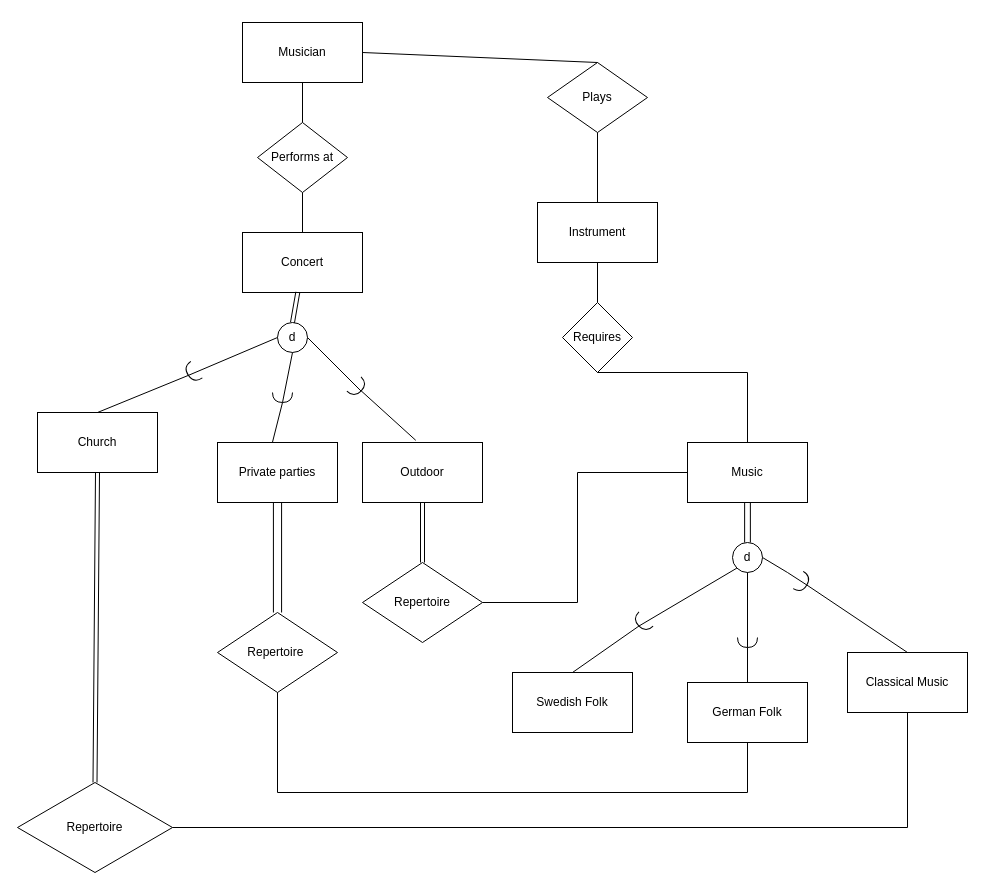
This is Untitled Diagram.drawio from codestrummer29/dbd, a draw.io file, before an edit. Source tidied: cells renumbered, new cells numbered last; positions are measured from the earlier drawing's top-left corner, leaving out a move shared by most shapes. Both pictures are drawn from the tidied source at 100%, with x=0, y=0 at pixel (17, 22).
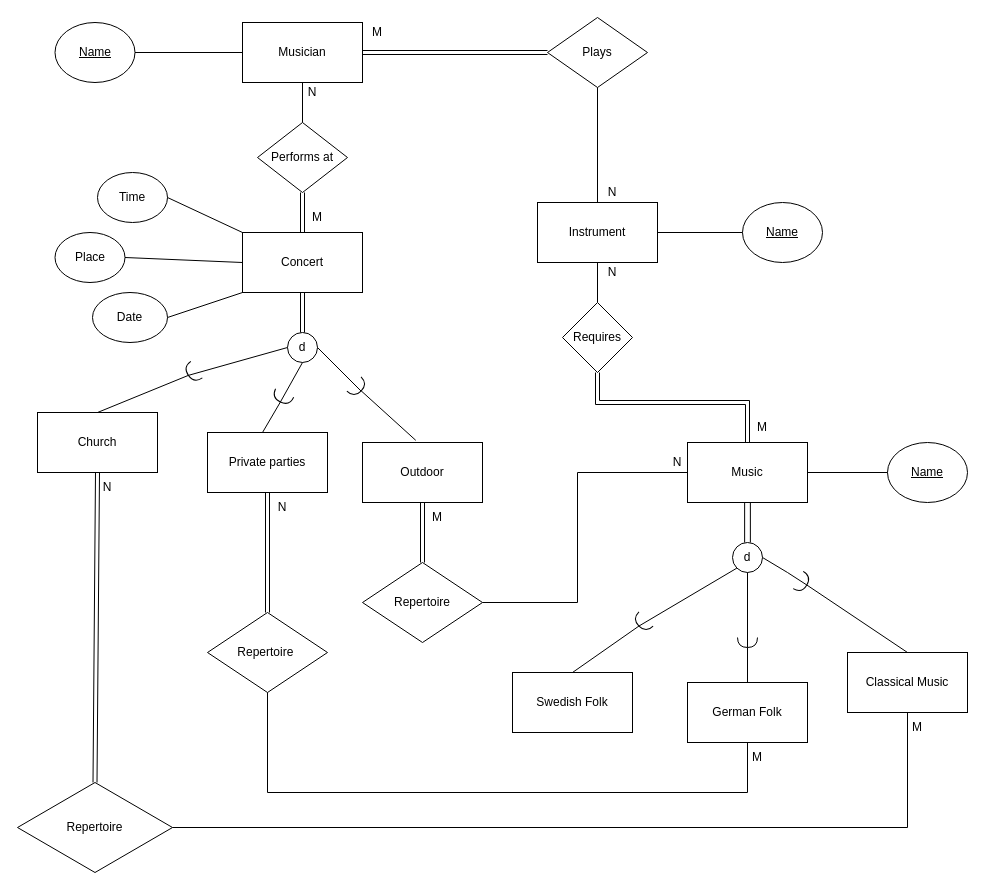
After the change.

Unchanged cells that the change refers to:
```xml
<mxCell id="2" value="Musician" style="rounded=0;whiteSpace=wrap;html=1;" parent="1" vertex="1">
  <mxGeometry x="225" width="120" height="60" as="geometry" />
</mxCell>
<mxCell id="6" value="Concert" style="rounded=0;whiteSpace=wrap;html=1;" parent="1" vertex="1">
  <mxGeometry x="225" y="210" width="120" height="60" as="geometry" />
</mxCell>
<mxCell id="7" value="Performs at" style="rhombus;whiteSpace=wrap;html=1;rotation=0;" parent="1" vertex="1">
  <mxGeometry x="240" y="100" width="90" height="70" as="geometry" />
</mxCell>
<mxCell id="24" value="Instrument" style="rounded=0;whiteSpace=wrap;html=1;" parent="1" vertex="1">
  <mxGeometry x="520" y="180" width="120" height="60" as="geometry" />
</mxCell>
<mxCell id="26" value="Requires" style="rhombus;whiteSpace=wrap;html=1;rotation=0;" parent="1" vertex="1">
  <mxGeometry x="545" y="280" width="70" height="70" as="geometry" />
</mxCell>
<mxCell id="27" value="Music" style="rounded=0;whiteSpace=wrap;html=1;" parent="1" vertex="1">
  <mxGeometry x="670" y="420" width="120" height="60" as="geometry" />
</mxCell>
<mxCell id="38" value="German Folk" style="rounded=0;whiteSpace=wrap;html=1;" parent="1" vertex="1">
  <mxGeometry x="670" y="660" width="120" height="60" as="geometry" />
</mxCell>
```

Diff of the diagram source:
```diff
@@
     <mxCell id="4" value="Private parties" style="rounded=0;whiteSpace=wrap;html=1;" parent="1" vertex="1">
-      <mxGeometry x="200" y="420" width="120" height="60" as="geometry" />
+      <mxGeometry x="190" y="410" width="120" height="60" as="geometry" />
     </mxCell>
@@
-    <mxCell id="9" style="endArrow=none;html=1;rounded=0;strokeColor=default;entryX=0.5;entryY=1;entryDx=0;entryDy=0;exitX=0.5;exitY=0;exitDx=0;exitDy=0;" parent="1" edge="1" source="6" target="7">
-      <mxGeometry relative="1" as="geometry" />
-    </mxCell>
     <mxCell id="10" value="d" style="ellipse;whiteSpace=wrap;html=1;" parent="1" vertex="1">
-      <mxGeometry x="260" y="300" width="30" height="30" as="geometry" />
+      <mxGeometry x="270" y="310" width="30" height="30" as="geometry" />
     </mxCell>
-    <mxCell id="11" style="shape=requiredInterface;html=1;verticalLabelPosition=bottom;sketch=0;direction=south;" parent="1" vertex="1">
+    <mxCell id="11" style="shape=requiredInterface;html=1;verticalLabelPosition=bottom;sketch=0;direction=south;rotation=25;" parent="1" vertex="1">
       <mxGeometry x="255" y="370" width="20" height="10" as="geometry" />
     </mxCell>
@@
-    <mxCell id="20" style="shape=link;html=1;rounded=0;strokeColor=default;entryX=0.5;entryY=0;entryDx=0;entryDy=0;exitX=0.461;exitY=0.994;exitDx=0;exitDy=0;exitPerimeter=0;" parent="1" edge="1" source="6" target="10">
-      <mxGeometry relative="1" as="geometry" />
-    </mxCell>
     <mxCell id="21" value="Plays" style="rhombus;whiteSpace=wrap;html=1;rotation=0;" parent="1" vertex="1">
-      <mxGeometry x="530" y="40" width="100" height="70" as="geometry" />
+      <mxGeometry x="530" y="-5" width="100" height="70" as="geometry" />
     </mxCell>
-    <mxCell id="22" style="endArrow=none;html=1;rounded=0;strokeColor=default;exitX=0.5;exitY=0;exitDx=0;exitDy=0;entryX=1;entryY=0.5;entryDx=0;entryDy=0;" parent="1" edge="1" source="21" target="2">
-      <mxGeometry relative="1" as="geometry" />
-    </mxCell>
@@
-    <mxCell id="28" style="endArrow=none;html=1;rounded=0;strokeColor=default;entryX=0.5;entryY=1;entryDx=0;entryDy=0;exitX=0.5;exitY=0;exitDx=0;exitDy=0;" parent="1" edge="1" source="27" target="26">
-      <mxGeometry relative="1" as="geometry">
-        <Array as="points">
-          <mxPoint x="730" y="350" />
-        </Array>
-      </mxGeometry>
-    </mxCell>
@@
     <mxCell id="44" value="Repertoire&amp;nbsp;" style="shape=rhombus;perimeter=rhombusPerimeter;whiteSpace=wrap;html=1;align=center;" parent="1" vertex="1">
-      <mxGeometry x="200" y="590" width="120" height="80" as="geometry" />
+      <mxGeometry x="190" y="590" width="120" height="80" as="geometry" />
     </mxCell>
@@
     <mxCell id="46" style="endArrow=none;html=1;rounded=0;targetPerimeterSpacing=1;entryX=0.5;entryY=1;entryDx=0;entryDy=0;exitX=0.5;exitY=1;exitDx=0;exitDy=0;" parent="1" edge="1" source="44" target="38">
       <mxGeometry relative="1" as="geometry">
         <Array as="points">
-          <mxPoint x="260" y="770" />
+          <mxPoint x="250" y="770" />
           <mxPoint x="730" y="770" />
         </Array>
       </mxGeometry>
     </mxCell>
-    <mxCell id="47" style="shape=link;html=1;rounded=0;targetPerimeterSpacing=1;exitX=0.5;exitY=1;exitDx=0;exitDy=0;entryX=0.5;entryY=0;entryDx=0;entryDy=0;width=8.18181818181818;" parent="1" edge="1" source="4" target="44">
-      <mxGeometry relative="1" as="geometry" />
-    </mxCell>
@@
+    <mxCell id="52" value="&lt;u&gt;Name&lt;/u&gt;" style="ellipse;whiteSpace=wrap;html=1;" parent="1" vertex="1">
+      <mxGeometry x="37.5" width="80" height="60" as="geometry" />
+    </mxCell>
+    <mxCell id="53" style="endArrow=none;html=1;rounded=0;targetPerimeterSpacing=1;exitX=1;exitY=0.5;exitDx=0;exitDy=0;entryX=0;entryY=0.5;entryDx=0;entryDy=0;" parent="1" edge="1" source="52" target="2">
+      <mxGeometry relative="1" as="geometry" />
+    </mxCell>
+    <mxCell id="54" value="Place" style="ellipse;whiteSpace=wrap;html=1;direction=west;" parent="1" vertex="1">
+      <mxGeometry x="37.5" y="210" width="70" height="50" as="geometry" />
+    </mxCell>
+    <mxCell id="55" value="Date" style="ellipse;whiteSpace=wrap;html=1;direction=west;" parent="1" vertex="1">
+      <mxGeometry x="75" y="270" width="75" height="50" as="geometry" />
+    </mxCell>
+    <mxCell id="56" value="Time" style="ellipse;whiteSpace=wrap;html=1;" parent="1" vertex="1">
+      <mxGeometry x="80" y="150" width="70" height="50" as="geometry" />
+    </mxCell>
+    <mxCell id="57" style="endArrow=none;html=1;rounded=0;targetPerimeterSpacing=1;exitX=1;exitY=0.5;exitDx=0;exitDy=0;entryX=0;entryY=0;entryDx=0;entryDy=0;" parent="1" edge="1" source="56" target="6">
+      <mxGeometry relative="1" as="geometry" />
+    </mxCell>
+    <mxCell id="58" style="endArrow=none;html=1;rounded=0;targetPerimeterSpacing=1;exitX=0;exitY=0.5;exitDx=0;exitDy=0;entryX=0;entryY=0.5;entryDx=0;entryDy=0;" parent="1" edge="1" source="54" target="6">
+      <mxGeometry relative="1" as="geometry" />
+    </mxCell>
+    <mxCell id="59" style="endArrow=none;html=1;rounded=0;targetPerimeterSpacing=1;exitX=0;exitY=0.5;exitDx=0;exitDy=0;entryX=0;entryY=1;entryDx=0;entryDy=0;" parent="1" edge="1" source="55" target="6">
+      <mxGeometry relative="1" as="geometry" />
+    </mxCell>
+    <mxCell id="60" value="&lt;u&gt;Name&lt;/u&gt;" style="ellipse;whiteSpace=wrap;html=1;" parent="1" vertex="1">
+      <mxGeometry x="870" y="420" width="80" height="60" as="geometry" />
+    </mxCell>
+    <mxCell id="61" style="endArrow=none;html=1;rounded=0;targetPerimeterSpacing=1;entryX=0;entryY=0.5;entryDx=0;entryDy=0;exitX=1;exitY=0.5;exitDx=0;exitDy=0;" parent="1" edge="1" source="27" target="60">
+      <mxGeometry relative="1" as="geometry" />
+    </mxCell>
+    <mxCell id="62" value="&lt;u&gt;Name&lt;/u&gt;" style="ellipse;whiteSpace=wrap;html=1;" parent="1" vertex="1">
+      <mxGeometry x="725" y="180" width="80" height="60" as="geometry" />
+    </mxCell>
+    <mxCell id="63" style="endArrow=none;html=1;rounded=0;targetPerimeterSpacing=1;entryX=0;entryY=0.5;entryDx=0;entryDy=0;exitX=1;exitY=0.5;exitDx=0;exitDy=0;" parent="1" edge="1" source="24" target="62">
+      <mxGeometry relative="1" as="geometry" />
+    </mxCell>
+    <mxCell id="64" style="shape=link;html=1;rounded=0;targetPerimeterSpacing=1;exitX=1;exitY=0.5;exitDx=0;exitDy=0;entryX=0;entryY=0.5;entryDx=0;entryDy=0;" parent="1" edge="1" source="2" target="21">
+      <mxGeometry relative="1" as="geometry" />
+    </mxCell>
+    <mxCell id="65" style="shape=link;html=1;rounded=0;targetPerimeterSpacing=1;entryX=0.5;entryY=1;entryDx=0;entryDy=0;exitX=0.5;exitY=0;exitDx=0;exitDy=0;" parent="1" edge="1" source="10" target="6">
+      <mxGeometry relative="1" as="geometry" />
+    </mxCell>
+    <mxCell id="66" value="M" style="text;html=1;strokeColor=none;fillColor=none;align=center;verticalAlign=middle;whiteSpace=wrap;rounded=0;" parent="1" vertex="1">
+      <mxGeometry x="870" y="690" width="60" height="30" as="geometry" />
+    </mxCell>
+    <mxCell id="67" value="M" style="text;html=1;strokeColor=none;fillColor=none;align=center;verticalAlign=middle;whiteSpace=wrap;rounded=0;" parent="1" vertex="1">
+      <mxGeometry x="710" y="720" width="60" height="30" as="geometry" />
+    </mxCell>
+    <mxCell id="68" style="shape=link;html=1;rounded=0;targetPerimeterSpacing=1;exitX=0.5;exitY=1;exitDx=0;exitDy=0;entryX=0.5;entryY=0;entryDx=0;entryDy=0;" parent="1" edge="1" source="26" target="27">
+      <mxGeometry relative="1" as="geometry">
+        <Array as="points">
+          <mxPoint x="580" y="380" />
+          <mxPoint x="730" y="380" />
+        </Array>
+      </mxGeometry>
+    </mxCell>
+    <mxCell id="69" value="M" style="text;html=1;strokeColor=none;fillColor=none;align=center;verticalAlign=middle;whiteSpace=wrap;rounded=0;" parent="1" vertex="1">
+      <mxGeometry x="715" y="390" width="60" height="30" as="geometry" />
+    </mxCell>
+    <mxCell id="70" value="M" style="text;html=1;strokeColor=none;fillColor=none;align=center;verticalAlign=middle;whiteSpace=wrap;rounded=0;" parent="1" vertex="1">
+      <mxGeometry x="390" y="480" width="60" height="30" as="geometry" />
+    </mxCell>
+    <mxCell id="9" style="shape=link;html=1;rounded=0;targetPerimeterSpacing=1;entryX=0.5;entryY=1;entryDx=0;entryDy=0;exitX=0.5;exitY=0;exitDx=0;exitDy=0;" parent="1" edge="1" source="6" target="7">
+      <mxGeometry relative="1" as="geometry" />
+    </mxCell>
+    <mxCell id="71" value="M" style="text;html=1;strokeColor=none;fillColor=none;align=center;verticalAlign=middle;whiteSpace=wrap;rounded=0;" parent="1" vertex="1">
+      <mxGeometry x="270" y="180" width="60" height="30" as="geometry" />
+    </mxCell>
+    <mxCell id="72" value="N" style="text;html=1;strokeColor=none;fillColor=none;align=center;verticalAlign=middle;whiteSpace=wrap;rounded=0;" parent="1" vertex="1">
+      <mxGeometry x="60" y="450" width="60" height="30" as="geometry" />
+    </mxCell>
+    <mxCell id="73" value="N" style="text;html=1;strokeColor=none;fillColor=none;align=center;verticalAlign=middle;whiteSpace=wrap;rounded=0;" parent="1" vertex="1">
+      <mxGeometry x="235" y="470" width="60" height="30" as="geometry" />
+    </mxCell>
+    <mxCell id="74" value="N" style="text;html=1;strokeColor=none;fillColor=none;align=center;verticalAlign=middle;whiteSpace=wrap;rounded=0;" parent="1" vertex="1">
+      <mxGeometry x="630" y="425" width="60" height="30" as="geometry" />
+    </mxCell>
+    <mxCell id="75" value="N" style="text;html=1;strokeColor=none;fillColor=none;align=center;verticalAlign=middle;whiteSpace=wrap;rounded=0;" parent="1" vertex="1">
+      <mxGeometry x="570" y="240" width="50" height="20" as="geometry" />
+    </mxCell>
+    <mxCell id="76" value="N" style="text;html=1;strokeColor=none;fillColor=none;align=center;verticalAlign=middle;whiteSpace=wrap;rounded=0;" parent="1" vertex="1">
+      <mxGeometry x="570" y="160" width="50" height="20" as="geometry" />
+    </mxCell>
+    <mxCell id="77" value="M" style="text;html=1;strokeColor=none;fillColor=none;align=center;verticalAlign=middle;whiteSpace=wrap;rounded=0;" parent="1" vertex="1">
+      <mxGeometry x="330" y="-5" width="60" height="30" as="geometry" />
+    </mxCell>
+    <mxCell id="78" value="N" style="text;html=1;strokeColor=none;fillColor=none;align=center;verticalAlign=middle;whiteSpace=wrap;rounded=0;" parent="1" vertex="1">
+      <mxGeometry x="270" y="60" width="50" height="20" as="geometry" />
+    </mxCell>
+    <mxCell id="47" style="shape=link;html=1;rounded=0;targetPerimeterSpacing=1;entryX=0.5;entryY=0;entryDx=0;entryDy=0;exitX=0.5;exitY=1;exitDx=0;exitDy=0;" parent="1" edge="1" source="4" target="44">
+      <mxGeometry relative="1" as="geometry" />
+    </mxCell>
```
